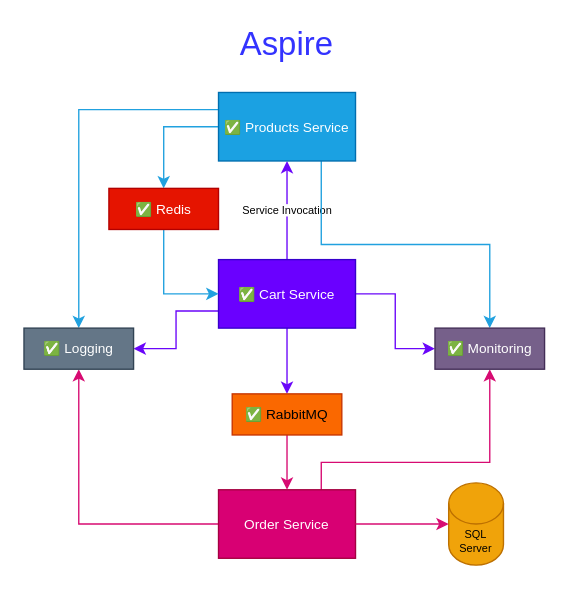
Earlier version of the draw.io diagram assets/Aspire.drawio (spicycoder/AspireRecipes). Source tidied: cells renumbered, new cells numbered last; positions are measured from the earlier drawing's top-left corner, leaving out a move shared by most shapes. Both pictures are drawn from the tidied source at 137%, with x=0, y=0 at pixel (23, 23).
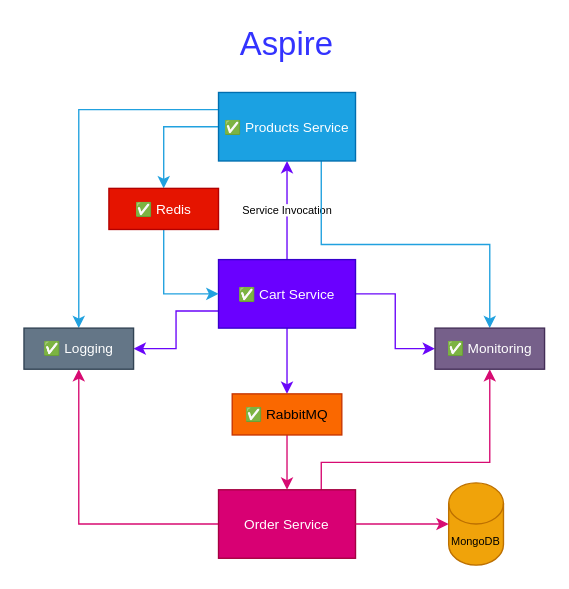
The same page after the edit.

The edit, as a diff of the source:
```diff
@@
-    <mxCell id="18" value="SQL Server" style="shape=cylinder3;whiteSpace=wrap;html=1;boundedLbl=1;backgroundOutline=1;size=15;fontSize=8;fillColor=#f0a30a;fontColor=#000000;strokeColor=#BD7000;" parent="1" vertex="1">
+    <mxCell id="18" value="MongoDB" style="shape=cylinder3;whiteSpace=wrap;html=1;boundedLbl=1;backgroundOutline=1;size=15;fontSize=8;fillColor=#f0a30a;fontColor=#000000;strokeColor=#BD7000;" parent="1" vertex="1">
       <mxGeometry x="310" y="335" width="40" height="60" as="geometry" />
     </mxCell>
```
